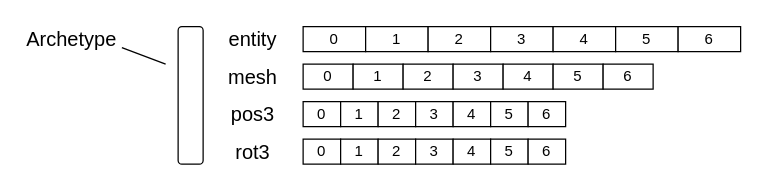
The draw.io diagram page "Page-3" (3 of 3) of ECS/ECS_Data_Layout_lists_of_arrays.drawio in PaperPrototype/flowchart-diagrams, before the edit. Source tidied: cells renumbered, new cells numbered last; positions are measured from the earlier drawing's top-left corner, leaving out a move shared by most shapes. Both pictures are drawn from the tidied source at 125%, with x=0, y=0 at pixel (21, 21).
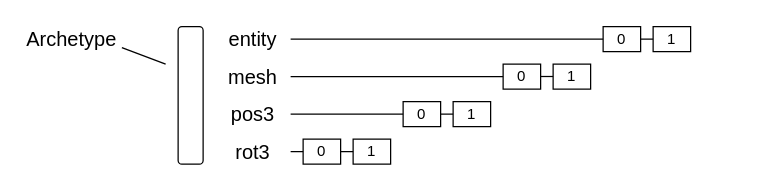
After the change.

The change refers to these unchanged cells:
```xml
<mxCell id="25" value="entity" style="text;html=1;strokeColor=none;fillColor=none;align=center;verticalAlign=middle;whiteSpace=wrap;rounded=0;fontSize=16;" parent="1" vertex="1">
  <mxGeometry x="155" y="3.8" width="60" height="20" as="geometry" />
</mxCell>
<mxCell id="27" value="mesh" style="text;html=1;strokeColor=none;fillColor=none;align=center;verticalAlign=middle;whiteSpace=wrap;rounded=0;fontSize=16;" parent="1" vertex="1">
  <mxGeometry x="155" y="33.8" width="60" height="20" as="geometry" />
</mxCell>
<mxCell id="28" value="pos3" style="text;html=1;strokeColor=none;fillColor=none;align=center;verticalAlign=middle;whiteSpace=wrap;rounded=0;fontSize=16;" parent="1" vertex="1">
  <mxGeometry x="155" y="63.8" width="60" height="20" as="geometry" />
</mxCell>
<mxCell id="29" value="rot3" style="text;html=1;strokeColor=none;fillColor=none;align=center;verticalAlign=middle;whiteSpace=wrap;rounded=0;fontSize=16;" parent="1" vertex="1">
  <mxGeometry x="155" y="93.8" width="60" height="20" as="geometry" />
</mxCell>
<mxCell id="30" value="0" style="rounded=0;whiteSpace=wrap;html=1;" parent="1" vertex="1">
  <mxGeometry x="225" y="93.8" width="30" height="20" as="geometry" />
</mxCell>
```

Change to the diagram source:
```diff
@@
-    <mxCell id="3" value="0" style="rounded=0;whiteSpace=wrap;html=1;" parent="1" vertex="1">
-      <mxGeometry x="225" y="3.8" width="50" height="20" as="geometry" />
-    </mxCell>
-    <mxCell id="4" value="0" style="rounded=0;whiteSpace=wrap;html=1;" parent="1" vertex="1">
-      <mxGeometry x="225" y="63.8" width="30" height="20" as="geometry" />
-    </mxCell>
-    <mxCell id="5" value="0" style="rounded=0;whiteSpace=wrap;html=1;" parent="1" vertex="1">
-      <mxGeometry x="225" y="33.8" width="40" height="20" as="geometry" />
-    </mxCell>
-    <mxCell id="6" value="1" style="rounded=0;whiteSpace=wrap;html=1;" parent="1" vertex="1">
-      <mxGeometry x="275" y="3.8" width="50" height="20" as="geometry" />
-    </mxCell>
-    <mxCell id="7" value="2" style="rounded=0;whiteSpace=wrap;html=1;" parent="1" vertex="1">
-      <mxGeometry x="325" y="3.8" width="50" height="20" as="geometry" />
-    </mxCell>
-    <mxCell id="8" value="1" style="rounded=0;whiteSpace=wrap;html=1;" parent="1" vertex="1">
-      <mxGeometry x="255" y="63.8" width="30" height="20" as="geometry" />
-    </mxCell>
-    <mxCell id="9" value="2" style="rounded=0;whiteSpace=wrap;html=1;" parent="1" vertex="1">
-      <mxGeometry x="285" y="63.8" width="30" height="20" as="geometry" />
-    </mxCell>
-    <mxCell id="10" value="3" style="rounded=0;whiteSpace=wrap;html=1;" parent="1" vertex="1">
-      <mxGeometry x="315" y="63.8" width="30" height="20" as="geometry" />
-    </mxCell>
-    <mxCell id="11" value="4" style="rounded=0;whiteSpace=wrap;html=1;" parent="1" vertex="1">
-      <mxGeometry x="345" y="63.8" width="30" height="20" as="geometry" />
-    </mxCell>
-    <mxCell id="12" value="5" style="rounded=0;whiteSpace=wrap;html=1;" parent="1" vertex="1">
-      <mxGeometry x="375" y="63.8" width="30" height="20" as="geometry" />
-    </mxCell>
-    <mxCell id="13" value="6" style="rounded=0;whiteSpace=wrap;html=1;" parent="1" vertex="1">
-      <mxGeometry x="405" y="63.8" width="30" height="20" as="geometry" />
-    </mxCell>
-    <mxCell id="14" value="1" style="rounded=0;whiteSpace=wrap;html=1;" parent="1" vertex="1">
-      <mxGeometry x="265" y="33.8" width="40" height="20" as="geometry" />
-    </mxCell>
-    <mxCell id="15" value="2" style="rounded=0;whiteSpace=wrap;html=1;" parent="1" vertex="1">
-      <mxGeometry x="305" y="33.8" width="40" height="20" as="geometry" />
-    </mxCell>
-    <mxCell id="16" value="3" style="rounded=0;whiteSpace=wrap;html=1;" parent="1" vertex="1">
-      <mxGeometry x="345" y="33.8" width="40" height="20" as="geometry" />
-    </mxCell>
-    <mxCell id="17" value="4" style="rounded=0;whiteSpace=wrap;html=1;" parent="1" vertex="1">
-      <mxGeometry x="385" y="33.8" width="40" height="20" as="geometry" />
-    </mxCell>
-    <mxCell id="18" value="5" style="rounded=0;whiteSpace=wrap;html=1;" parent="1" vertex="1">
-      <mxGeometry x="425" y="33.8" width="40" height="20" as="geometry" />
-    </mxCell>
-    <mxCell id="19" value="6" style="rounded=0;whiteSpace=wrap;html=1;" parent="1" vertex="1">
-      <mxGeometry x="465" y="33.8" width="40" height="20" as="geometry" />
-    </mxCell>
-    <mxCell id="20" value="3" style="rounded=0;whiteSpace=wrap;html=1;" parent="1" vertex="1">
-      <mxGeometry x="375" y="3.8" width="50" height="20" as="geometry" />
-    </mxCell>
-    <mxCell id="21" value="4" style="rounded=0;whiteSpace=wrap;html=1;" parent="1" vertex="1">
-      <mxGeometry x="425" y="3.8" width="50" height="20" as="geometry" />
-    </mxCell>
-    <mxCell id="22" value="5" style="rounded=0;whiteSpace=wrap;html=1;" parent="1" vertex="1">
-      <mxGeometry x="475" y="3.8" width="50" height="20" as="geometry" />
-    </mxCell>
-    <mxCell id="23" value="6" style="rounded=0;whiteSpace=wrap;html=1;" parent="1" vertex="1">
-      <mxGeometry x="525" y="3.8" width="50" height="20" as="geometry" />
-    </mxCell>
@@
     <mxCell id="31" value="1" style="rounded=0;whiteSpace=wrap;html=1;" parent="1" vertex="1">
-      <mxGeometry x="255" y="93.8" width="30" height="20" as="geometry" />
+      <mxGeometry x="265" y="93.8" width="30" height="20" as="geometry" />
     </mxCell>
-    <mxCell id="32" value="2" style="rounded=0;whiteSpace=wrap;html=1;" parent="1" vertex="1">
-      <mxGeometry x="285" y="93.8" width="30" height="20" as="geometry" />
-    </mxCell>
-    <mxCell id="33" value="3" style="rounded=0;whiteSpace=wrap;html=1;" parent="1" vertex="1">
-      <mxGeometry x="315" y="93.8" width="30" height="20" as="geometry" />
-    </mxCell>
-    <mxCell id="34" value="4" style="rounded=0;whiteSpace=wrap;html=1;" parent="1" vertex="1">
-      <mxGeometry x="345" y="93.8" width="30" height="20" as="geometry" />
-    </mxCell>
-    <mxCell id="35" value="5" style="rounded=0;whiteSpace=wrap;html=1;" parent="1" vertex="1">
-      <mxGeometry x="375" y="93.8" width="30" height="20" as="geometry" />
-    </mxCell>
-    <mxCell id="36" value="6" style="rounded=0;whiteSpace=wrap;html=1;" parent="1" vertex="1">
-      <mxGeometry x="405" y="93.8" width="30" height="20" as="geometry" />
-    </mxCell>
+    <mxCell id="37" value="0" style="rounded=0;whiteSpace=wrap;html=1;" parent="1" vertex="1">
+      <mxGeometry x="305" y="63.8" width="30" height="20" as="geometry" />
+    </mxCell>
+    <mxCell id="38" value="1" style="rounded=0;whiteSpace=wrap;html=1;" parent="1" vertex="1">
+      <mxGeometry x="345" y="63.8" width="30" height="20" as="geometry" />
+    </mxCell>
+    <mxCell id="39" value="0" style="rounded=0;whiteSpace=wrap;html=1;" parent="1" vertex="1">
+      <mxGeometry x="385" y="33.8" width="30" height="20" as="geometry" />
+    </mxCell>
+    <mxCell id="40" value="1" style="rounded=0;whiteSpace=wrap;html=1;" parent="1" vertex="1">
+      <mxGeometry x="425" y="33.8" width="30" height="20" as="geometry" />
+    </mxCell>
+    <mxCell id="41" value="0" style="rounded=0;whiteSpace=wrap;html=1;" parent="1" vertex="1">
+      <mxGeometry x="465" y="3.8" width="30" height="20" as="geometry" />
+    </mxCell>
+    <mxCell id="42" value="1" style="rounded=0;whiteSpace=wrap;html=1;" parent="1" vertex="1">
+      <mxGeometry x="505" y="3.8" width="30" height="20" as="geometry" />
+    </mxCell>
+    <mxCell id="43" style="endArrow=none;html=1;fontSize=22;entryX=0;entryY=0.5;entryDx=0;entryDy=0;" parent="1" edge="1" source="25" target="41">
+      <mxGeometry relative="1" as="geometry" />
+    </mxCell>
+    <mxCell id="44" style="endArrow=none;html=1;fontSize=22;entryX=0;entryY=0.5;entryDx=0;entryDy=0;" parent="1" edge="1" source="27" target="39">
+      <mxGeometry relative="1" as="geometry" />
+    </mxCell>
+    <mxCell id="45" style="endArrow=none;html=1;fontSize=22;entryX=0;entryY=0.5;entryDx=0;entryDy=0;" parent="1" edge="1" source="28" target="37">
+      <mxGeometry relative="1" as="geometry" />
+    </mxCell>
+    <mxCell id="46" style="endArrow=none;html=1;fontSize=22;exitX=1;exitY=0.5;exitDx=0;exitDy=0;entryX=0;entryY=0.5;entryDx=0;entryDy=0;" parent="1" edge="1" source="29" target="30">
+      <mxGeometry relative="1" as="geometry" />
+    </mxCell>
+    <mxCell id="47" style="endArrow=none;html=1;fontSize=22;entryX=0;entryY=0.5;entryDx=0;entryDy=0;exitX=1;exitY=0.5;exitDx=0;exitDy=0;" parent="1" edge="1" source="41" target="42">
+      <mxGeometry relative="1" as="geometry" />
+    </mxCell>
+    <mxCell id="48" style="endArrow=none;html=1;fontSize=22;entryX=0;entryY=0.5;entryDx=0;entryDy=0;exitX=1;exitY=0.5;exitDx=0;exitDy=0;" parent="1" edge="1">
+      <mxGeometry relative="1" as="geometry">
+        <mxPoint x="415" y="43.7" as="sourcePoint" />
+        <mxPoint x="425" y="43.7" as="targetPoint" />
+      </mxGeometry>
+    </mxCell>
+    <mxCell id="49" style="endArrow=none;html=1;fontSize=22;exitX=1;exitY=0.5;exitDx=0;exitDy=0;" parent="1" edge="1" source="37" target="38">
+      <mxGeometry relative="1" as="geometry" />
+    </mxCell>
+    <mxCell id="50" style="endArrow=none;html=1;fontSize=22;exitX=1;exitY=0.5;exitDx=0;exitDy=0;entryX=0;entryY=0.5;entryDx=0;entryDy=0;" parent="1" edge="1" source="30" target="31">
+      <mxGeometry relative="1" as="geometry" />
+    </mxCell>
```
